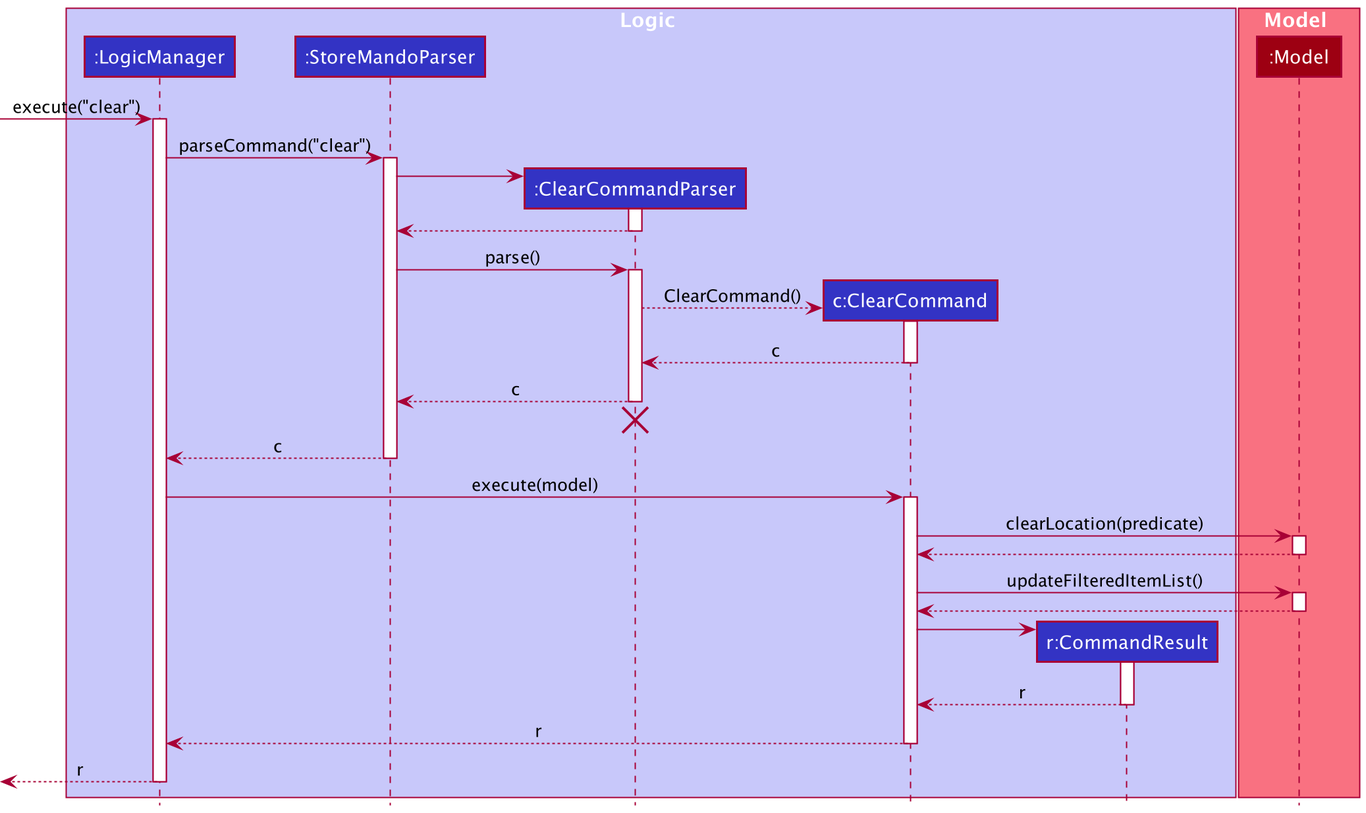
Before: docs/images/ClearSequenceDiagram.png, a diagram exported from PlantUML (nus-cs2103-AY2021S2/tp).
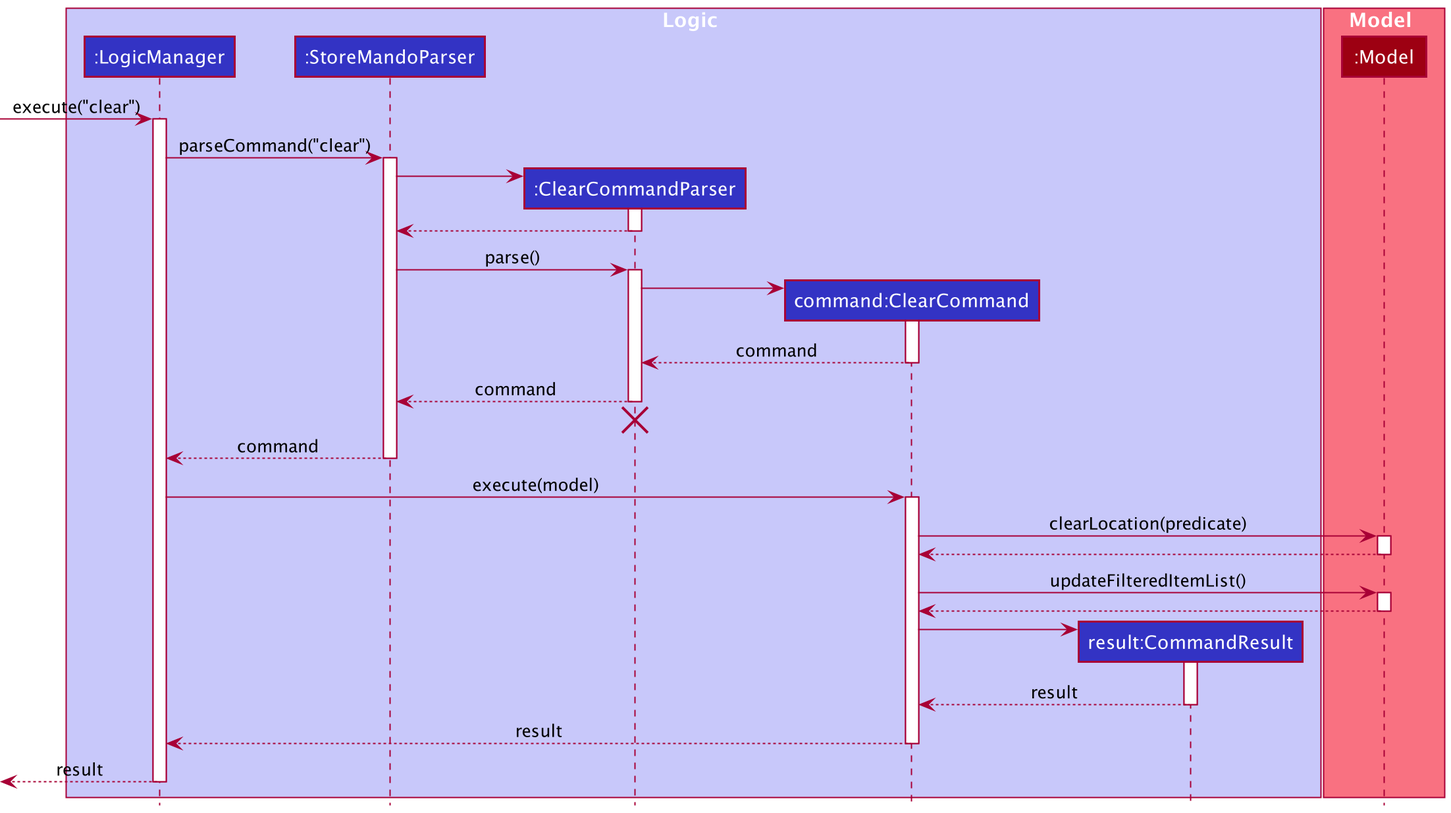
After the change.

Commit message:
edit sequence diagram and png files

Change to the diagram source:
```diff
@@ -5,8 +5,8 @@
 participant ":LogicManager" as LogicManager LOGIC_COLOR
 participant ":StoreMandoParser" as StoreMandoParser LOGIC_COLOR
 participant ":ClearCommandParser" as ClearCommandParser LOGIC_COLOR
-participant "c:ClearCommand" as ClearCommand LOGIC_COLOR
-participant "r:CommandResult" as CommandResult LOGIC_COLOR
+participant "command:ClearCommand" as ClearCommand LOGIC_COLOR
+participant "result:CommandResult" as CommandResult LOGIC_COLOR
 end box
 
 box Model MODEL_COLOR_T1
@@ -30,19 +30,19 @@
 activate ClearCommandParser
 
 create ClearCommand
-ClearCommandParser --> ClearCommand : ClearCommand()
+ClearCommandParser -> ClearCommand :
 activate ClearCommand
 
-ClearCommand --> ClearCommandParser : c
+ClearCommand --> ClearCommandParser : command
 deactivate ClearCommand
 
-ClearCommandParser --> StoreMandoParser : c
+ClearCommandParser --> StoreMandoParser : command
 deactivate ClearCommandParser
 
 ClearCommandParser -[hidden]-> StoreMandoParser
 destroy ClearCommandParser
 
-StoreMandoParser --> LogicManager : c
+StoreMandoParser --> LogicManager : command
 deactivate StoreMandoParser
 
 LogicManager -> ClearCommand : execute(model)
@@ -64,12 +64,12 @@
 ClearCommand -> CommandResult
 activate CommandResult
 
-CommandResult --> ClearCommand : r
+CommandResult --> ClearCommand : result
 deactivate CommandResult
 
-ClearCommand --> LogicManager : r
+ClearCommand --> LogicManager : result
 deactivate ClearCommand
 
-[<--LogicManager : r
+[<--LogicManager : result
 deactivate LogicManager
 @enduml
```
